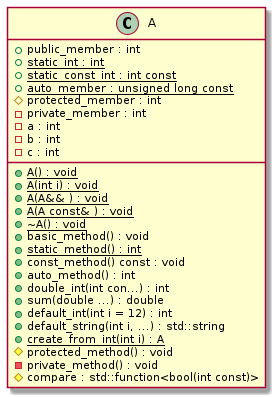
Earlier version of the PlantUML export docs/test_cases/t00003_class.png (bkryza/clang-uml).
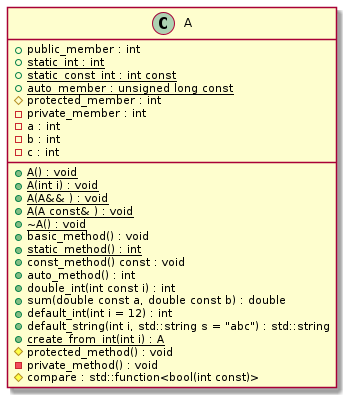
The same diagram one commit later.

The edit, as a diff of the source:
```diff
@@ -1,6 +1,5 @@
 @startuml
 class "A" as C_0000000015
-
 class C_0000000015 {
 {static} +A() : void
 {static} +A(int i) : void
@@ -11,10 +10,10 @@
 {static} +static_method() : int
 +const_method() const : void
 +auto_method() : int
-+double_int(int con...) : int
-+sum(double ...) : double
++double_int(int const i) : int
++sum(double const a, double const b) : double
 +default_int(int i = 12) : int
-+default_string(int i, ...) : std::string
++default_string(int i, std::string s = "abc") : std::string
 {static} +create_from_int(int i) : A
 #protected_method() : void
 -private_method() : void
```
